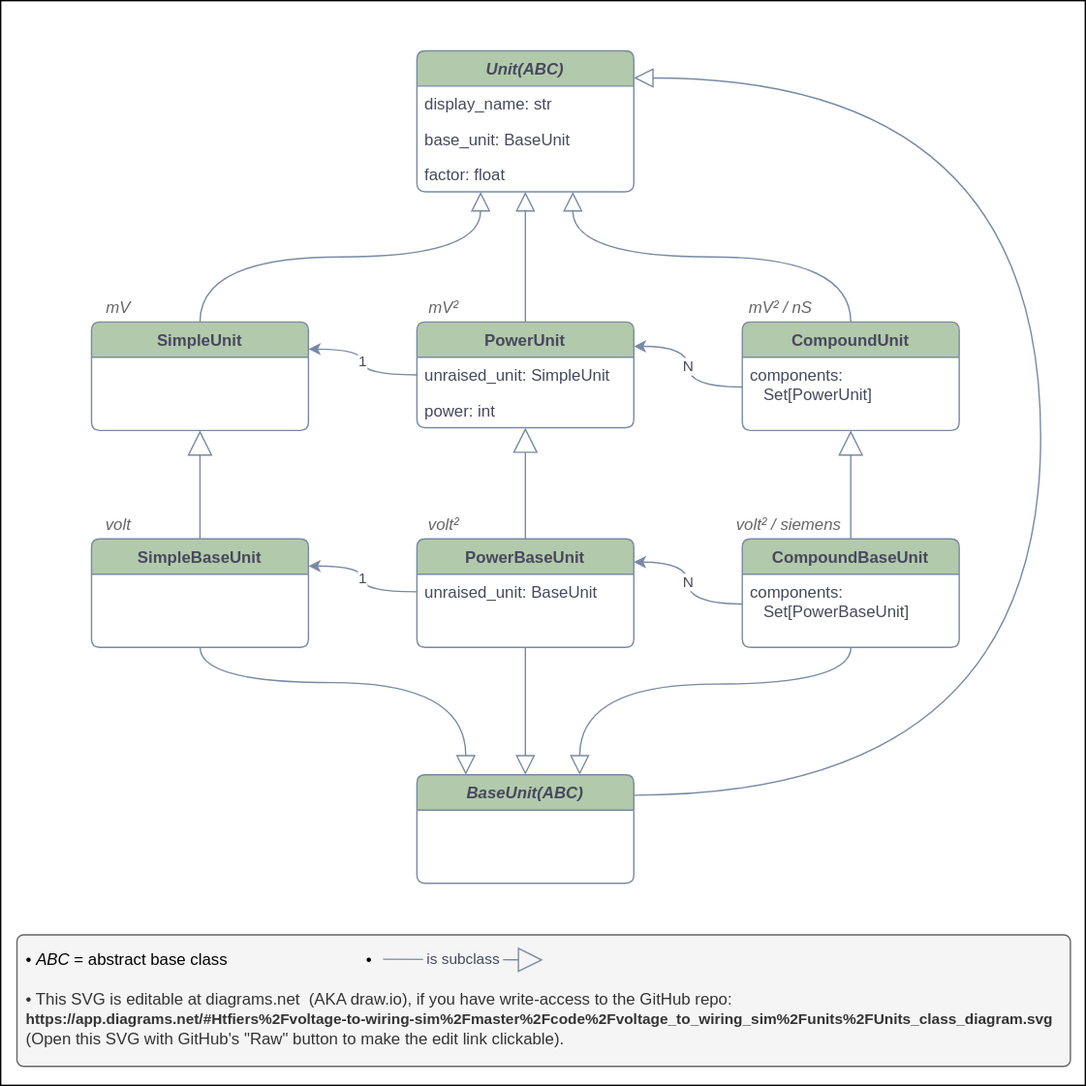
Above: code/voltage_to_wiring_sim/units/Units_class_diagram.svg in tfiers/phd (draw.io), before the change. Source tidied: cells renumbered, new cells last; positions are measured from the earlier drawing's top-left corner, leaving out a move shared by most shapes.
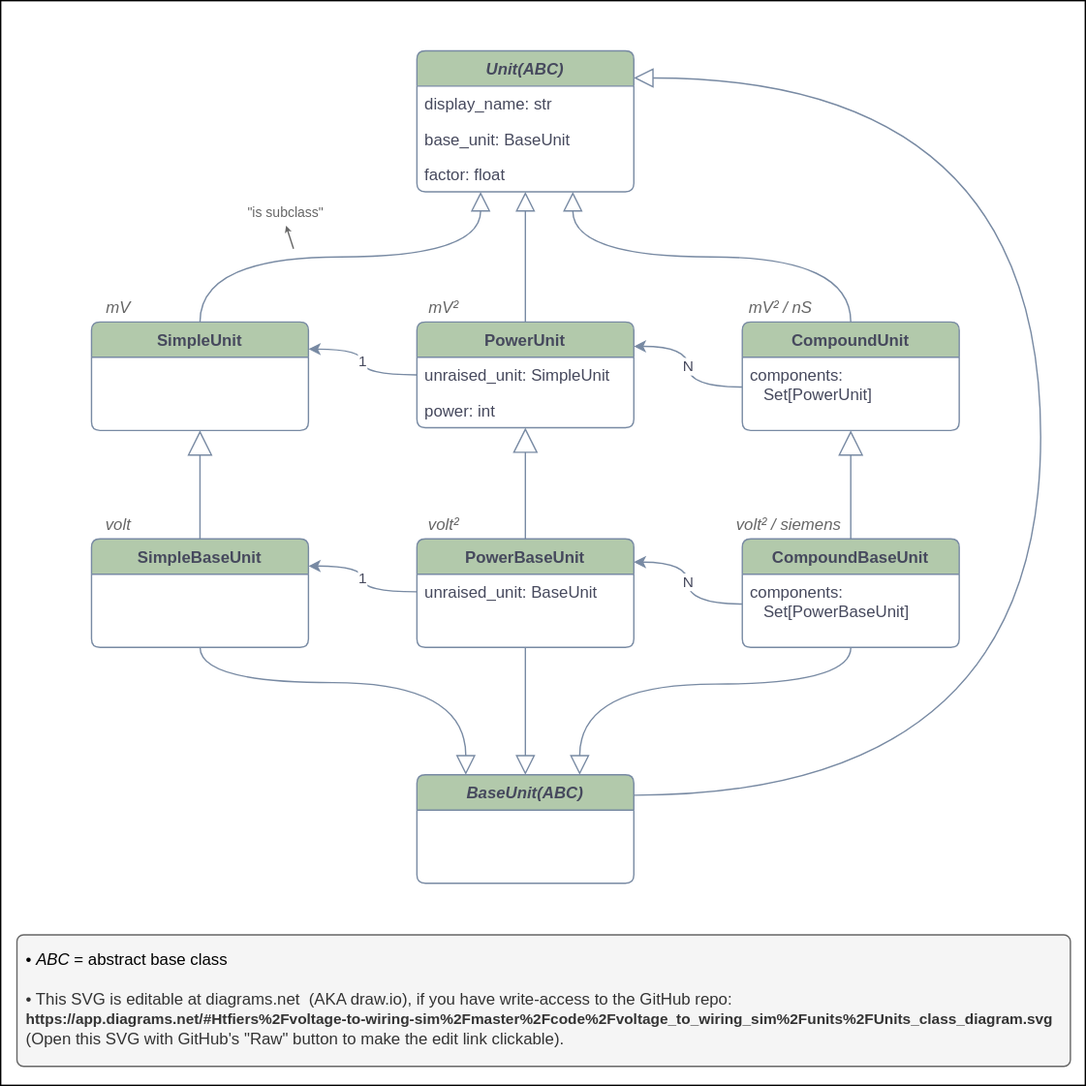
Later version of the same file.

Commit message:
Units_class_diagram.svg: "is subclass" legend in-situ

Diff of the diagram source:
```diff
@@ -151,14 +151,13 @@
     <mxCell id="39" value="BaseUnit(ABC)" style="swimlane;fontStyle=3;align=center;verticalAlign=top;horizontal=1;startSize=26;shadow=0;strokeWidth=1;spacing=0;fillColor=#B2C9AB;strokeColor=#788AA3;fontColor=#46495D;rounded=1;arcSize=8;spacingTop=2;" parent="1" vertex="1">
       <mxGeometry x="307" y="571" width="160" height="80" as="geometry" />
     </mxCell>
-    <mxCell id="40" value="&amp;nbsp;is subclass&amp;nbsp;" style="endArrow=block;endSize=16;endFill=0;html=1;strokeColor=#788AA3;fontColor=#46495D;labelBackgroundColor=#F5F5F5;" parent="1" edge="1">
-      <mxGeometry relative="1" as="geometry">
-        <mxPoint x="282" y="707" as="sourcePoint" />
-        <mxPoint x="400" y="707.5" as="targetPoint" />
-      </mxGeometry>
-    </mxCell>
-    <mxCell id="41" value="•" style="text;html=1;strokeColor=none;fillColor=none;align=center;verticalAlign=middle;whiteSpace=wrap;rounded=0;" parent="1" vertex="1">
-      <mxGeometry x="252" y="698" width="40" height="20" as="geometry" />
-    </mxCell>
+    <mxCell id="42" value="&quot;is subclass&quot;" style="text;html=1;strokeColor=none;fillColor=none;align=center;verticalAlign=middle;whiteSpace=wrap;rounded=0;fontColor=#666666;fontSize=10;" parent="1" vertex="1">
+      <mxGeometry x="169" y="146" width="83" height="20" as="geometry" />
+    </mxCell>
+    <mxCell id="43" style="endArrow=classic;html=1;labelBackgroundColor=#F5F5F5;fontSize=10;entryX=0.5;entryY=1;entryDx=0;entryDy=0;fontColor=#666666;endFill=1;exitX=0.5;exitY=1;exitDx=0;exitDy=0;strokeColor=#666666;endSize=2;" parent="1" edge="1" target="42">
+      <mxGeometry relative="1" as="geometry">
+        <mxPoint x="216" y="183" as="sourcePoint" />
+      </mxGeometry>
+    </mxCell>
   </root>
 </mxGraphModel>
```
